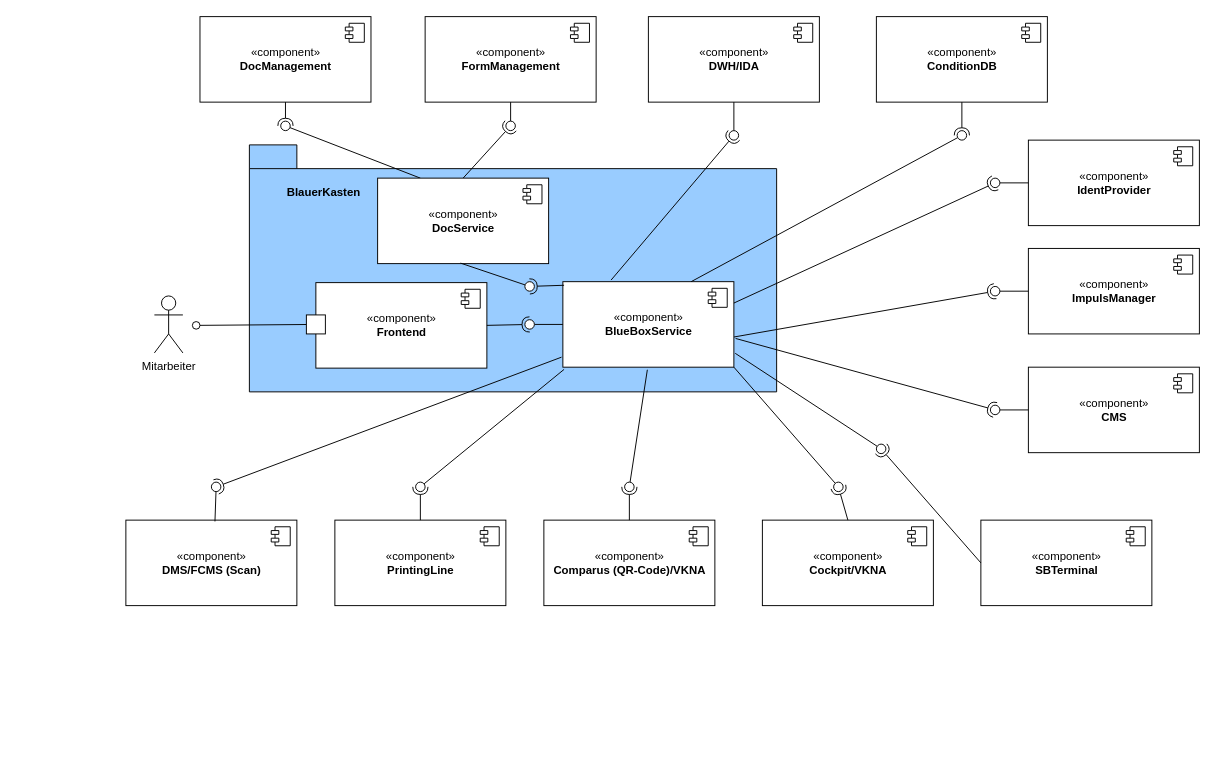
Earlier version of the draw.io diagram module_overview.drawio (stargazer74/diagramme). Source tidied: cells renumbered, new cells numbered last; positions are measured from the earlier drawing's top-left corner, leaving out a move shared by most shapes. Both pictures are drawn from the tidied source at 95%, with x=0, y=0 at pixel (125, 16).
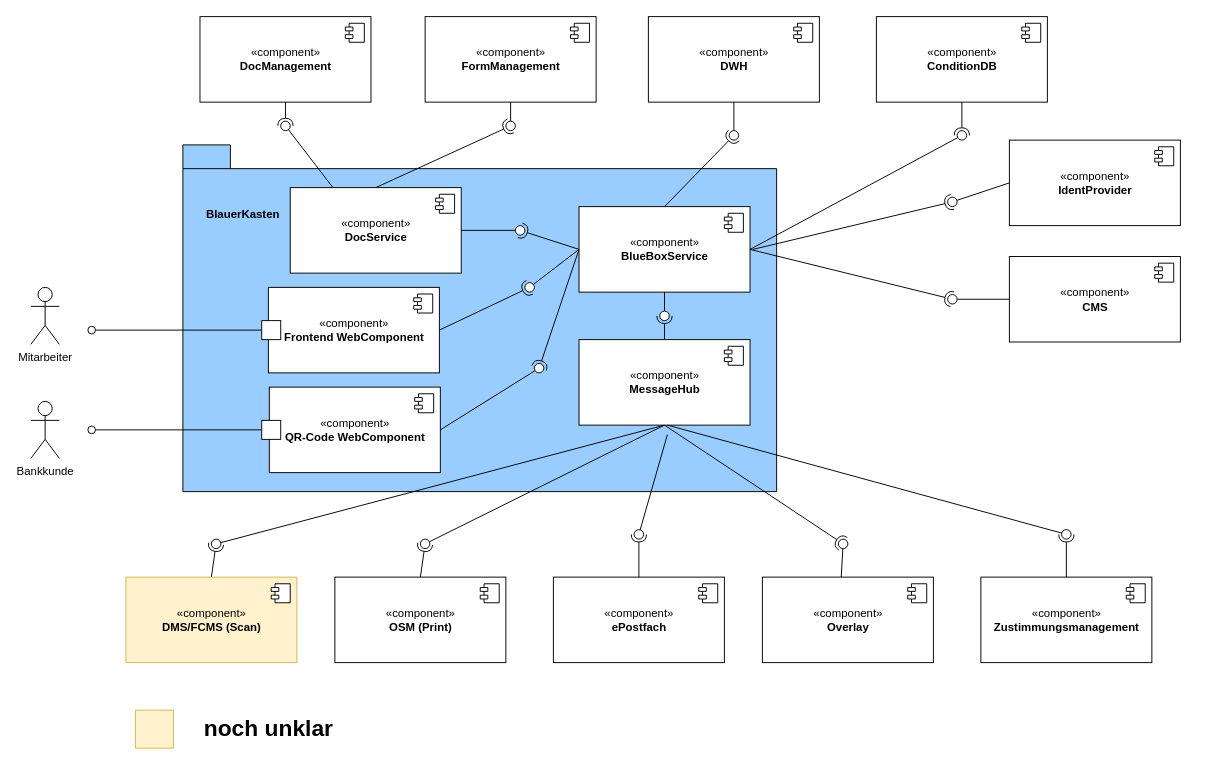
After the change.

The change refers to these unchanged cells:
```xml
<mxCell id="53" style="ellipse;whiteSpace=wrap;html=1;align=center;points=[];outlineConnect=0;sketch=0;" parent="1" vertex="1">
  <mxGeometry x="635" y="120" width="10" height="10" as="geometry" />
</mxCell>
<mxCell id="78" style="ellipse;whiteSpace=wrap;html=1;align=center;points=[];outlineConnect=0;sketch=0;" parent="1" vertex="1">
  <mxGeometry x="875" y="120" width="10" height="10" as="geometry" />
</mxCell>
```

Change to the diagram source:
```diff
@@
-    <mxCell id="2" value="BlauerKasten" style="shape=folder;fontStyle=1;spacingTop=-160;tabWidth=50;tabHeight=25;tabPosition=left;html=1;spacingRight=400;fillColor=#99CCFF;" parent="1" vertex="1">
-      <mxGeometry x="130" y="135" width="555" height="260" as="geometry" />
+    <mxCell id="2" value="BlauerKasten" style="shape=folder;fontStyle=1;spacingTop=-220;tabWidth=50;tabHeight=25;tabPosition=left;html=1;spacingRight=500;fillColor=#99CCFF;" parent="1" vertex="1">
+      <mxGeometry x="60" y="135" width="625" height="365" as="geometry" />
     </mxCell>
     <mxCell id="3" value="Mitarbeiter" style="shape=umlActor;verticalLabelPosition=bottom;verticalAlign=top;html=1;" parent="1" vertex="1">
-      <mxGeometry x="30" y="294" width="30" height="60" as="geometry" />
+      <mxGeometry x="-100" y="285" width="30" height="60" as="geometry" />
     </mxCell>
     <mxCell id="4" value="«component»&lt;br&gt;&lt;b&gt;BlueBoxService&lt;/b&gt;" style="html=1;" parent="1" vertex="1">
-      <mxGeometry x="460" y="279" width="180" height="90" as="geometry" />
+      <mxGeometry x="477" y="200" width="180" height="90" as="geometry" />
     </mxCell>
@@
-    <mxCell id="6" value="«component»&lt;br&gt;&lt;b&gt;PrintingLine&lt;/b&gt;" style="html=1;" parent="1" vertex="1">
-      <mxGeometry x="220" y="530" width="180" height="90" as="geometry" />
+    <mxCell id="6" value="«component»&lt;br&gt;&lt;b&gt;OSM (Print)&lt;/b&gt;" style="html=1;" parent="1" vertex="1">
+      <mxGeometry x="220" y="590" width="180" height="90" as="geometry" />
     </mxCell>
@@
-    <mxCell id="8" style="rounded=0;jettySize=auto;html=1;endArrow=none;endFill=0;sketch=0;sourcePerimeterSpacing=0;targetPerimeterSpacing=0;exitX=0.007;exitY=1.026;exitDx=0;exitDy=0;exitPerimeter=0;" parent="1" edge="1" source="4" target="10">
+    <mxCell id="8" style="rounded=0;jettySize=auto;html=1;endArrow=none;endFill=0;sketch=0;sourcePerimeterSpacing=0;targetPerimeterSpacing=0;exitX=0.5;exitY=1;exitDx=0;exitDy=0;" parent="1" edge="1" source="79" target="10">
       <mxGeometry relative="1" as="geometry" />
     </mxCell>
@@
     <mxCell id="10" style="ellipse;whiteSpace=wrap;html=1;align=center;points=[];outlineConnect=0;sketch=0;" parent="1" vertex="1">
-      <mxGeometry x="305" y="490" width="10" height="10" as="geometry" />
+      <mxGeometry x="310" y="550" width="10" height="10" as="geometry" />
     </mxCell>
-    <mxCell id="11" value="«component»&lt;br&gt;&lt;b&gt;Comparus (QR-Code)/VKNA&lt;/b&gt;" style="html=1;" parent="1" vertex="1">
-      <mxGeometry x="440" y="530" width="180" height="90" as="geometry" />
+    <mxCell id="11" value="«component»&lt;br&gt;&lt;b&gt;QR-Code WebComponent&lt;/b&gt;" style="html=1;" parent="1" vertex="1">
+      <mxGeometry x="151" y="390" width="180" height="90" as="geometry" />
     </mxCell>
@@
-    <mxCell id="13" style="rounded=0;jettySize=auto;html=1;endArrow=none;endFill=0;sketch=0;sourcePerimeterSpacing=0;targetPerimeterSpacing=0;exitX=0.494;exitY=1.03;exitDx=0;exitDy=0;exitPerimeter=0;" parent="1" edge="1" source="4" target="15">
-      <mxGeometry relative="1" as="geometry" />
-    </mxCell>
-    <mxCell id="14" style="rounded=0;jettySize=auto;html=1;endArrow=halfCircle;endFill=0;entryX=0.5;entryY=0.5;endSize=6;strokeWidth=1;sketch=0;exitX=0.5;exitY=0;exitDx=0;exitDy=0;" parent="1" edge="1" source="11" target="15">
-      <mxGeometry relative="1" as="geometry" />
-    </mxCell>
-    <mxCell id="15" style="ellipse;whiteSpace=wrap;html=1;align=center;points=[];outlineConnect=0;sketch=0;" parent="1" vertex="1">
-      <mxGeometry x="525" y="490" width="10" height="10" as="geometry" />
-    </mxCell>
-    <mxCell id="16" value="«component»&lt;br&gt;&lt;b&gt;Cockpit/VKNA&lt;/b&gt;" style="html=1;" parent="1" vertex="1">
-      <mxGeometry x="670" y="530" width="180" height="90" as="geometry" />
+    <mxCell id="16" value="«component»&lt;br&gt;&lt;b&gt;Overlay&lt;/b&gt;" style="html=1;" parent="1" vertex="1">
+      <mxGeometry x="670" y="590" width="180" height="90" as="geometry" />
     </mxCell>
@@
-    <mxCell id="18" style="rounded=0;jettySize=auto;html=1;endArrow=none;endFill=0;sketch=0;sourcePerimeterSpacing=0;targetPerimeterSpacing=0;exitX=1;exitY=1;exitDx=0;exitDy=0;" parent="1" edge="1" source="4" target="20">
+    <mxCell id="18" style="rounded=0;jettySize=auto;html=1;endArrow=none;endFill=0;sketch=0;sourcePerimeterSpacing=0;targetPerimeterSpacing=0;exitX=0.461;exitY=0;exitDx=0;exitDy=0;exitPerimeter=0;" parent="1" edge="1" source="16" target="20">
       <mxGeometry relative="1" as="geometry" />
     </mxCell>
-    <mxCell id="19" style="rounded=0;jettySize=auto;html=1;endArrow=halfCircle;endFill=0;entryX=0.5;entryY=0.5;endSize=6;strokeWidth=1;sketch=0;exitX=0.5;exitY=0;exitDx=0;exitDy=0;" parent="1" edge="1" source="16" target="20">
+    <mxCell id="19" style="rounded=0;jettySize=auto;html=1;endArrow=halfCircle;endFill=0;entryX=0.5;entryY=0.5;endSize=6;strokeWidth=1;sketch=0;exitX=0.5;exitY=1;exitDx=0;exitDy=0;" parent="1" edge="1" source="79" target="20">
       <mxGeometry relative="1" as="geometry" />
     </mxCell>
     <mxCell id="20" style="ellipse;whiteSpace=wrap;html=1;align=center;points=[];outlineConnect=0;sketch=0;" parent="1" vertex="1">
-      <mxGeometry x="745" y="490" width="10" height="10" as="geometry" />
+      <mxGeometry x="750" y="550" width="10" height="10" as="geometry" />
     </mxCell>
-    <mxCell id="21" value="«component»&lt;br&gt;&lt;b&gt;SBTerminal&lt;/b&gt;" style="html=1;" parent="1" vertex="1">
-      <mxGeometry x="900" y="530" width="180" height="90" as="geometry" />
-    </mxCell>
-    <mxCell id="22" style="shape=module;jettyWidth=8;jettyHeight=4;" parent="21" vertex="1">
-      <mxGeometry x="1" width="20" height="20" relative="1" as="geometry">
-        <mxPoint x="-27" y="7" as="offset" />
-      </mxGeometry>
-    </mxCell>
-    <mxCell id="23" style="rounded=0;jettySize=auto;html=1;endArrow=none;endFill=0;sketch=0;sourcePerimeterSpacing=0;targetPerimeterSpacing=0;exitX=1.008;exitY=0.838;exitDx=0;exitDy=0;exitPerimeter=0;" parent="1" edge="1" source="4" target="25">
-      <mxGeometry relative="1" as="geometry" />
-    </mxCell>
-    <mxCell id="24" style="rounded=0;jettySize=auto;html=1;endArrow=halfCircle;endFill=0;entryX=0.5;entryY=0.5;endSize=6;strokeWidth=1;sketch=0;exitX=0;exitY=0.5;exitDx=0;exitDy=0;" parent="1" edge="1" source="21" target="25">
-      <mxGeometry relative="1" as="geometry" />
-    </mxCell>
-    <mxCell id="25" style="ellipse;whiteSpace=wrap;html=1;align=center;points=[];outlineConnect=0;sketch=0;" parent="1" vertex="1">
-      <mxGeometry x="790" y="450" width="10" height="10" as="geometry" />
-    </mxCell>
-    <mxCell id="26" value="«component»&lt;br&gt;&lt;b&gt;ImpulsManager&lt;/b&gt;" style="html=1;" parent="1" vertex="1">
-      <mxGeometry x="950" y="244" width="180" height="90" as="geometry" />
-    </mxCell>
-    <mxCell id="27" style="shape=module;jettyWidth=8;jettyHeight=4;" parent="26" vertex="1">
-      <mxGeometry x="1" width="20" height="20" relative="1" as="geometry">
-        <mxPoint x="-27" y="7" as="offset" />
-      </mxGeometry>
-    </mxCell>
-    <mxCell id="28" style="rounded=0;jettySize=auto;html=1;endArrow=none;endFill=0;sketch=0;sourcePerimeterSpacing=0;targetPerimeterSpacing=0;exitX=0;exitY=0.5;exitDx=0;exitDy=0;" parent="1" edge="1" source="26" target="30">
-      <mxGeometry relative="1" as="geometry" />
-    </mxCell>
-    <mxCell id="29" style="rounded=0;jettySize=auto;html=1;endArrow=halfCircle;endFill=0;entryX=0.5;entryY=0.5;endSize=6;strokeWidth=1;sketch=0;exitX=1.001;exitY=0.647;exitDx=0;exitDy=0;exitPerimeter=0;" parent="1" edge="1" source="4" target="30">
-      <mxGeometry relative="1" as="geometry" />
-    </mxCell>
-    <mxCell id="30" style="ellipse;whiteSpace=wrap;html=1;align=center;points=[];outlineConnect=0;sketch=0;" parent="1" vertex="1">
-      <mxGeometry x="910" y="284" width="10" height="10" as="geometry" />
-    </mxCell>
@@
     <mxCell id="32" style="ellipse;html=1;fontSize=11;align=center;fillColor=none;points=[];verticalAlign=bottom;labelPosition=center;verticalLabelPosition=top;flipH=1;" parent="1" vertex="1">
-      <mxGeometry x="70" y="321" width="8" height="8" as="geometry" />
+      <mxGeometry x="-40" y="326" width="8" height="8" as="geometry" />
     </mxCell>
@@
-    <mxCell id="35" value="«component»&lt;br&gt;&lt;b&gt;Frontend&lt;/b&gt;" style="html=1;" parent="1" vertex="1">
-      <mxGeometry x="200" y="280" width="180" height="90" as="geometry" />
+    <mxCell id="35" value="«component»&lt;br&gt;&lt;b&gt;Frontend WebComponent&lt;/b&gt;" style="html=1;" parent="1" vertex="1">
+      <mxGeometry x="150" y="285" width="180" height="90" as="geometry" />
     </mxCell>
@@
     <mxCell id="39" style="ellipse;whiteSpace=wrap;html=1;align=center;points=[];outlineConnect=0;sketch=0;" parent="1" vertex="1">
-      <mxGeometry x="420" y="319" width="10" height="10" as="geometry" />
+      <mxGeometry x="420" y="280" width="10" height="10" as="geometry" />
     </mxCell>
     <mxCell id="40" style="html=1;rounded=0;rotation=-180;" parent="1" vertex="1">
-      <mxGeometry x="190" y="314" width="20" height="20" as="geometry" />
+      <mxGeometry x="143" y="320" width="20" height="20" as="geometry" />
     </mxCell>
@@
-    <mxCell id="49" value="«component»&lt;br&gt;&lt;b&gt;DWH/IDA&lt;br&gt;&lt;/b&gt;" style="html=1;" parent="1" vertex="1">
+    <mxCell id="49" value="«component»&lt;br&gt;&lt;b&gt;DWH&lt;br&gt;&lt;/b&gt;" style="html=1;" parent="1" vertex="1">
       <mxGeometry x="550" width="180" height="90" as="geometry" />
     </mxCell>
@@
-    <mxCell id="52" style="rounded=0;jettySize=auto;html=1;endArrow=halfCircle;endFill=0;entryX=0.5;entryY=0.5;endSize=6;strokeWidth=1;sketch=0;exitX=0.282;exitY=-0.019;exitDx=0;exitDy=0;exitPerimeter=0;" parent="1" edge="1" source="4" target="53">
+    <mxCell id="52" style="rounded=0;jettySize=auto;html=1;endArrow=halfCircle;endFill=0;entryX=0.5;entryY=0.5;endSize=6;strokeWidth=1;sketch=0;exitX=0.5;exitY=0;exitDx=0;exitDy=0;" parent="1" edge="1" source="4" target="53">
       <mxGeometry relative="1" as="geometry" />
     </mxCell>
@@
     <mxCell id="54" value="«component»&lt;br&gt;&lt;b&gt;IdentProvider&lt;/b&gt;" style="html=1;" parent="1" vertex="1">
-      <mxGeometry x="950" y="130" width="180" height="90" as="geometry" />
+      <mxGeometry x="930" y="130" width="180" height="90" as="geometry" />
     </mxCell>
@@
-    <mxCell id="57" style="rounded=0;jettySize=auto;html=1;endArrow=halfCircle;endFill=0;entryX=0.5;entryY=0.5;endSize=6;strokeWidth=1;sketch=0;exitX=1;exitY=0.25;exitDx=0;exitDy=0;" parent="1" edge="1" source="4" target="58">
-      <mxGeometry relative="1" as="geometry" />
+    <mxCell id="57" style="rounded=0;jettySize=auto;html=1;endArrow=halfCircle;endFill=0;entryX=0.5;entryY=0.5;endSize=6;strokeWidth=1;sketch=0;" parent="1" edge="1" target="58">
+      <mxGeometry relative="1" as="geometry">
+        <mxPoint x="660" y="245" as="sourcePoint" />
+      </mxGeometry>
     </mxCell>
     <mxCell id="58" style="ellipse;whiteSpace=wrap;html=1;align=center;points=[];outlineConnect=0;sketch=0;" parent="1" vertex="1">
-      <mxGeometry x="910" y="170" width="10" height="10" as="geometry" />
+      <mxGeometry x="865" y="190" width="10" height="10" as="geometry" />
     </mxCell>
     <mxCell id="59" value="«component»&lt;br&gt;&lt;b&gt;DocService&lt;/b&gt;" style="html=1;" parent="1" vertex="1">
-      <mxGeometry x="265" y="170" width="180" height="90" as="geometry" />
+      <mxGeometry x="173" y="180" width="180" height="90" as="geometry" />
     </mxCell>
@@
-    <mxCell id="61" value="«component»&lt;br&gt;&lt;b&gt;DMS/FCMS (Scan)&lt;/b&gt;" style="html=1;" parent="1" vertex="1">
-      <mxGeometry y="530" width="180" height="90" as="geometry" />
+    <mxCell id="61" value="«component»&lt;br&gt;&lt;b&gt;DMS/FCMS (Scan)&lt;/b&gt;" style="html=1;fillColor=#fff2cc;strokeColor=#d6b656;" parent="1" vertex="1">
+      <mxGeometry y="590" width="180" height="90" as="geometry" />
     </mxCell>
@@
     <mxCell id="63" value="«component»&lt;br&gt;&lt;b&gt;CMS&lt;/b&gt;" style="html=1;" parent="1" vertex="1">
-      <mxGeometry x="950" y="369" width="180" height="90" as="geometry" />
+      <mxGeometry x="930" y="252.5" width="180" height="90" as="geometry" />
     </mxCell>
@@
-    <mxCell id="65" style="rounded=0;jettySize=auto;html=1;endArrow=none;endFill=0;sketch=0;sourcePerimeterSpacing=0;targetPerimeterSpacing=0;exitX=0.485;exitY=0.994;exitDx=0;exitDy=0;exitPerimeter=0;" parent="1" edge="1" source="59" target="67">
+    <mxCell id="65" style="rounded=0;jettySize=auto;html=1;endArrow=none;endFill=0;sketch=0;sourcePerimeterSpacing=0;targetPerimeterSpacing=0;exitX=1;exitY=0.5;exitDx=0;exitDy=0;" parent="1" edge="1" source="59" target="67">
       <mxGeometry relative="1" as="geometry" />
     </mxCell>
-    <mxCell id="66" style="rounded=0;jettySize=auto;html=1;endArrow=halfCircle;endFill=0;entryX=0.5;entryY=0.5;endSize=6;strokeWidth=1;sketch=0;exitX=0.007;exitY=0.042;exitDx=0;exitDy=0;exitPerimeter=0;" parent="1" edge="1" source="4" target="67">
+    <mxCell id="66" style="rounded=0;jettySize=auto;html=1;endArrow=halfCircle;endFill=0;entryX=0.5;entryY=0.5;endSize=6;strokeWidth=1;sketch=0;exitX=0;exitY=0.5;exitDx=0;exitDy=0;" parent="1" edge="1" source="4" target="67">
       <mxGeometry relative="1" as="geometry" />
     </mxCell>
     <mxCell id="67" style="ellipse;whiteSpace=wrap;html=1;align=center;points=[];outlineConnect=0;sketch=0;" parent="1" vertex="1">
-      <mxGeometry x="420" y="279" width="10" height="10" as="geometry" />
+      <mxGeometry x="410" y="220" width="10" height="10" as="geometry" />
     </mxCell>
-    <mxCell id="68" style="rounded=0;jettySize=auto;html=1;endArrow=none;endFill=0;sketch=0;sourcePerimeterSpacing=0;targetPerimeterSpacing=0;exitX=0.521;exitY=0.015;exitDx=0;exitDy=0;exitPerimeter=0;" parent="1" edge="1" source="61" target="70">
-      <mxGeometry relative="1" as="geometry" />
-    </mxCell>
-    <mxCell id="69" style="rounded=0;jettySize=auto;html=1;endArrow=halfCircle;endFill=0;entryX=0.5;entryY=0.5;endSize=6;strokeWidth=1;sketch=0;exitX=-0.008;exitY=0.883;exitDx=0;exitDy=0;exitPerimeter=0;" parent="1" edge="1" source="4" target="70">
-      <mxGeometry relative="1" as="geometry" />
-    </mxCell>
-    <mxCell id="70" style="ellipse;whiteSpace=wrap;html=1;align=center;points=[];outlineConnect=0;sketch=0;fillColor=#FFFFFF;" parent="1" vertex="1">
-      <mxGeometry x="90" y="490" width="10" height="10" as="geometry" />
-    </mxCell>
@@
-    <mxCell id="72" style="rounded=0;jettySize=auto;html=1;endArrow=halfCircle;endFill=0;entryX=0.5;entryY=0.5;endSize=6;strokeWidth=1;sketch=0;exitX=1.01;exitY=0.664;exitDx=0;exitDy=0;exitPerimeter=0;" parent="1" edge="1" source="4" target="73">
+    <mxCell id="72" style="rounded=0;jettySize=auto;html=1;endArrow=halfCircle;endFill=0;entryX=0.5;entryY=0.5;endSize=6;strokeWidth=1;sketch=0;exitX=1;exitY=0.5;exitDx=0;exitDy=0;" parent="1" edge="1" source="4" target="73">
       <mxGeometry relative="1" as="geometry" />
     </mxCell>
     <mxCell id="73" style="ellipse;whiteSpace=wrap;html=1;align=center;points=[];outlineConnect=0;sketch=0;fillColor=#FFFFFF;" parent="1" vertex="1">
-      <mxGeometry x="910" y="409" width="10" height="10" as="geometry" />
+      <mxGeometry x="865" y="292.5" width="10" height="10" as="geometry" />
     </mxCell>
@@
-    <mxCell id="76" style="rounded=0;jettySize=auto;html=1;endArrow=none;endFill=0;sketch=0;sourcePerimeterSpacing=0;targetPerimeterSpacing=0;exitX=0.75;exitY=0;exitDx=0;exitDy=0;" parent="1" edge="1" source="4" target="78">
+    <mxCell id="76" style="rounded=0;jettySize=auto;html=1;endArrow=none;endFill=0;sketch=0;sourcePerimeterSpacing=0;targetPerimeterSpacing=0;exitX=1;exitY=0.5;exitDx=0;exitDy=0;" parent="1" edge="1" source="4" target="78">
       <mxGeometry relative="1" as="geometry" />
     </mxCell>
@@
+    <mxCell id="79" value="«component»&lt;br&gt;&lt;b&gt;MessageHub&lt;/b&gt;" style="html=1;" parent="1" vertex="1">
+      <mxGeometry x="477" y="340" width="180" height="90" as="geometry" />
+    </mxCell>
+    <mxCell id="80" style="shape=module;jettyWidth=8;jettyHeight=4;" parent="79" vertex="1">
+      <mxGeometry x="1" width="20" height="20" relative="1" as="geometry">
+        <mxPoint x="-27" y="7" as="offset" />
+      </mxGeometry>
+    </mxCell>
+    <mxCell id="81" style="rounded=0;jettySize=auto;html=1;endArrow=none;endFill=0;sketch=0;sourcePerimeterSpacing=0;targetPerimeterSpacing=0;exitX=0.5;exitY=1;exitDx=0;exitDy=0;" parent="1" edge="1" source="4" target="83">
+      <mxGeometry relative="1" as="geometry" />
+    </mxCell>
+    <mxCell id="82" style="rounded=0;jettySize=auto;html=1;endArrow=halfCircle;endFill=0;entryX=0.5;entryY=0.5;endSize=6;strokeWidth=1;sketch=0;exitX=0.5;exitY=0;exitDx=0;exitDy=0;" parent="1" edge="1" source="79" target="83">
+      <mxGeometry relative="1" as="geometry" />
+    </mxCell>
+    <mxCell id="83" style="ellipse;whiteSpace=wrap;html=1;align=center;points=[];outlineConnect=0;sketch=0;" parent="1" vertex="1">
+      <mxGeometry x="562" y="310" width="10" height="10" as="geometry" />
+    </mxCell>
+    <mxCell id="84" style="rounded=0;jettySize=auto;html=1;endArrow=none;endFill=0;sketch=0;sourcePerimeterSpacing=0;targetPerimeterSpacing=0;exitX=0.5;exitY=1;exitDx=0;exitDy=0;" parent="1" edge="1" source="79" target="86">
+      <mxGeometry relative="1" as="geometry" />
+    </mxCell>
+    <mxCell id="85" style="rounded=0;jettySize=auto;html=1;endArrow=halfCircle;endFill=0;entryX=0.5;entryY=0.5;endSize=6;strokeWidth=1;sketch=0;exitX=0.5;exitY=0;exitDx=0;exitDy=0;" parent="1" edge="1" source="61" target="86">
+      <mxGeometry relative="1" as="geometry" />
+    </mxCell>
+    <mxCell id="86" style="ellipse;whiteSpace=wrap;html=1;align=center;points=[];outlineConnect=0;sketch=0;" parent="1" vertex="1">
+      <mxGeometry x="90" y="550" width="10" height="10" as="geometry" />
+    </mxCell>
+    <mxCell id="87" value="«component»&lt;br&gt;&lt;b&gt;ePostfach&lt;/b&gt;" style="html=1;" parent="1" vertex="1">
+      <mxGeometry x="450" y="590" width="180" height="90" as="geometry" />
+    </mxCell>
+    <mxCell id="88" style="shape=module;jettyWidth=8;jettyHeight=4;" parent="87" vertex="1">
+      <mxGeometry x="1" width="20" height="20" relative="1" as="geometry">
+        <mxPoint x="-27" y="7" as="offset" />
+      </mxGeometry>
+    </mxCell>
+    <mxCell id="89" value="«component»&lt;br&gt;&lt;b&gt;Zustimmungsmanagement&lt;/b&gt;" style="html=1;" parent="1" vertex="1">
+      <mxGeometry x="900" y="590" width="180" height="90" as="geometry" />
+    </mxCell>
+    <mxCell id="90" style="shape=module;jettyWidth=8;jettyHeight=4;" parent="89" vertex="1">
+      <mxGeometry x="1" width="20" height="20" relative="1" as="geometry">
+        <mxPoint x="-27" y="7" as="offset" />
+      </mxGeometry>
+    </mxCell>
+    <mxCell id="91" value="Bankkunde" style="shape=umlActor;verticalLabelPosition=bottom;verticalAlign=top;html=1;" parent="1" vertex="1">
+      <mxGeometry x="-100" y="405" width="30" height="60" as="geometry" />
+    </mxCell>
+    <mxCell id="92" style="endArrow=none;html=1;rounded=0;align=center;verticalAlign=top;endFill=0;labelBackgroundColor=none;endSize=2;" parent="1" edge="1" source="94" target="93">
+      <mxGeometry relative="1" as="geometry" />
+    </mxCell>
+    <mxCell id="93" style="ellipse;html=1;fontSize=11;align=center;fillColor=none;points=[];verticalAlign=bottom;labelPosition=center;verticalLabelPosition=top;flipH=1;" parent="1" vertex="1">
+      <mxGeometry x="-40" y="431" width="8" height="8" as="geometry" />
+    </mxCell>
+    <mxCell id="94" style="html=1;rounded=0;rotation=-180;" parent="1" vertex="1">
+      <mxGeometry x="143" y="425" width="20" height="20" as="geometry" />
+    </mxCell>
+    <mxCell id="95" style="whiteSpace=wrap;html=1;fillColor=#fff2cc;strokeColor=#d6b656;" parent="1" vertex="1">
+      <mxGeometry x="10" y="730" width="40" height="40" as="geometry" />
+    </mxCell>
+    <mxCell id="96" value="noch unklar" style="text;strokeColor=none;fillColor=none;html=1;fontSize=24;fontStyle=1;verticalAlign=middle;align=center;" parent="1" vertex="1">
+      <mxGeometry x="100" y="730" width="100" height="40" as="geometry" />
+    </mxCell>
+    <mxCell id="97" style="rounded=0;jettySize=auto;html=1;endArrow=none;endFill=0;sketch=0;sourcePerimeterSpacing=0;targetPerimeterSpacing=0;" parent="1" edge="1" target="99">
+      <mxGeometry relative="1" as="geometry">
+        <mxPoint x="570" y="430" as="sourcePoint" />
+      </mxGeometry>
+    </mxCell>
+    <mxCell id="98" style="rounded=0;jettySize=auto;html=1;endArrow=halfCircle;endFill=0;entryX=0.5;entryY=0.5;endSize=6;strokeWidth=1;sketch=0;exitX=0.5;exitY=0;exitDx=0;exitDy=0;" parent="1" edge="1" source="89" target="99">
+      <mxGeometry relative="1" as="geometry" />
+    </mxCell>
+    <mxCell id="99" style="ellipse;whiteSpace=wrap;html=1;align=center;points=[];outlineConnect=0;sketch=0;" parent="1" vertex="1">
+      <mxGeometry x="985" y="540" width="10" height="10" as="geometry" />
+    </mxCell>
+    <mxCell id="100" style="rounded=0;jettySize=auto;html=1;endArrow=none;endFill=0;sketch=0;sourcePerimeterSpacing=0;targetPerimeterSpacing=0;exitX=1;exitY=0.5;exitDx=0;exitDy=0;" parent="1" edge="1" source="11" target="102">
+      <mxGeometry relative="1" as="geometry" />
+    </mxCell>
+    <mxCell id="101" style="rounded=0;jettySize=auto;html=1;endArrow=halfCircle;endFill=0;entryX=0.5;entryY=0.5;endSize=6;strokeWidth=1;sketch=0;exitX=0;exitY=0.5;exitDx=0;exitDy=0;" parent="1" edge="1" source="4" target="102">
+      <mxGeometry relative="1" as="geometry" />
+    </mxCell>
+    <mxCell id="102" style="ellipse;whiteSpace=wrap;html=1;align=center;points=[];outlineConnect=0;sketch=0;" parent="1" vertex="1">
+      <mxGeometry x="430" y="365" width="10" height="10" as="geometry" />
+    </mxCell>
+    <mxCell id="103" style="rounded=0;jettySize=auto;html=1;endArrow=none;endFill=0;sketch=0;sourcePerimeterSpacing=0;targetPerimeterSpacing=0;" parent="1" edge="1" target="105">
+      <mxGeometry relative="1" as="geometry">
+        <mxPoint x="570" y="440" as="sourcePoint" />
+      </mxGeometry>
+    </mxCell>
+    <mxCell id="104" style="rounded=0;jettySize=auto;html=1;endArrow=halfCircle;endFill=0;entryX=0.5;entryY=0.5;endSize=6;strokeWidth=1;sketch=0;exitX=0.5;exitY=0;exitDx=0;exitDy=0;" parent="1" edge="1" source="87" target="105">
+      <mxGeometry relative="1" as="geometry" />
+    </mxCell>
+    <mxCell id="105" style="ellipse;whiteSpace=wrap;html=1;align=center;points=[];outlineConnect=0;sketch=0;" parent="1" vertex="1">
+      <mxGeometry x="535" y="540" width="10" height="10" as="geometry" />
+    </mxCell>
```
